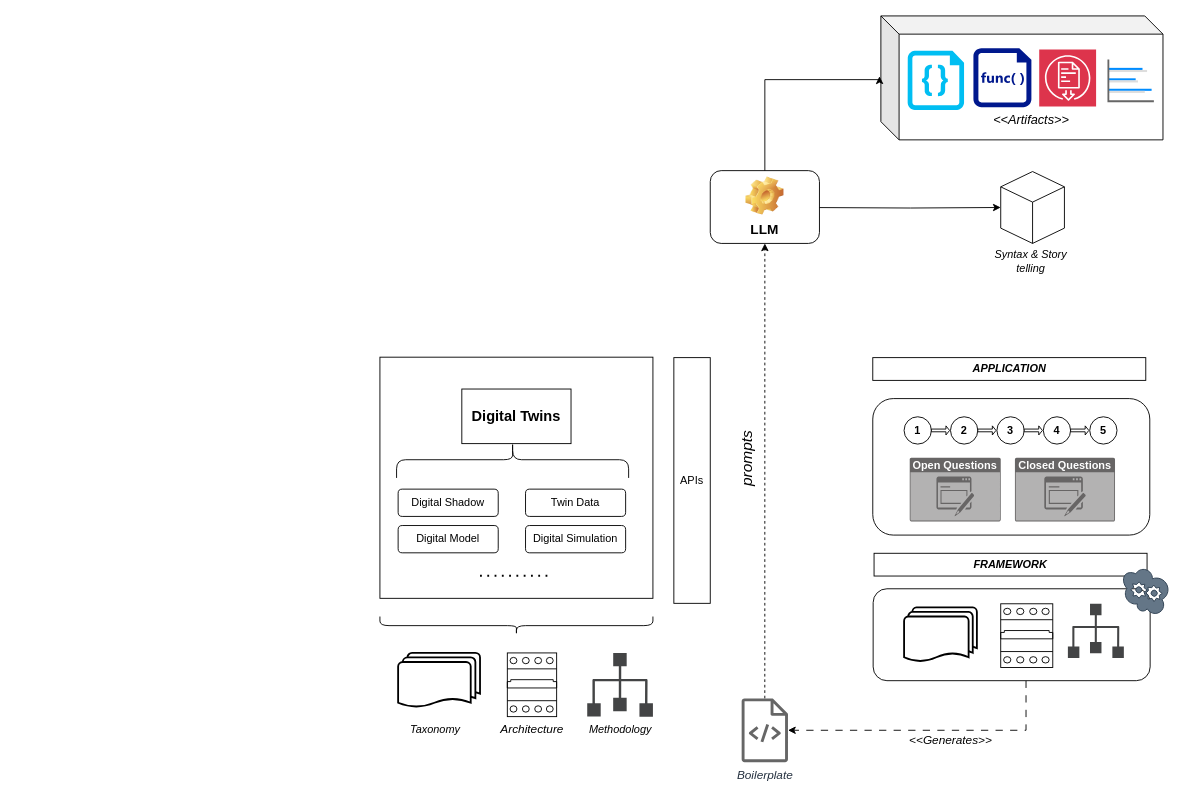
This is drawio/mams/dd-twins/DDTwins_Architecture.drawio from scrodrig/Diagrams, a draw.io file, before an edit. Source tidied: cells renumbered, new cells numbered last; positions are measured from the earlier drawing's top-left corner, leaving out a move shared by most shapes. Both pictures are drawn from the tidied source at 91%, with x=0, y=0 at pixel (379, 15).
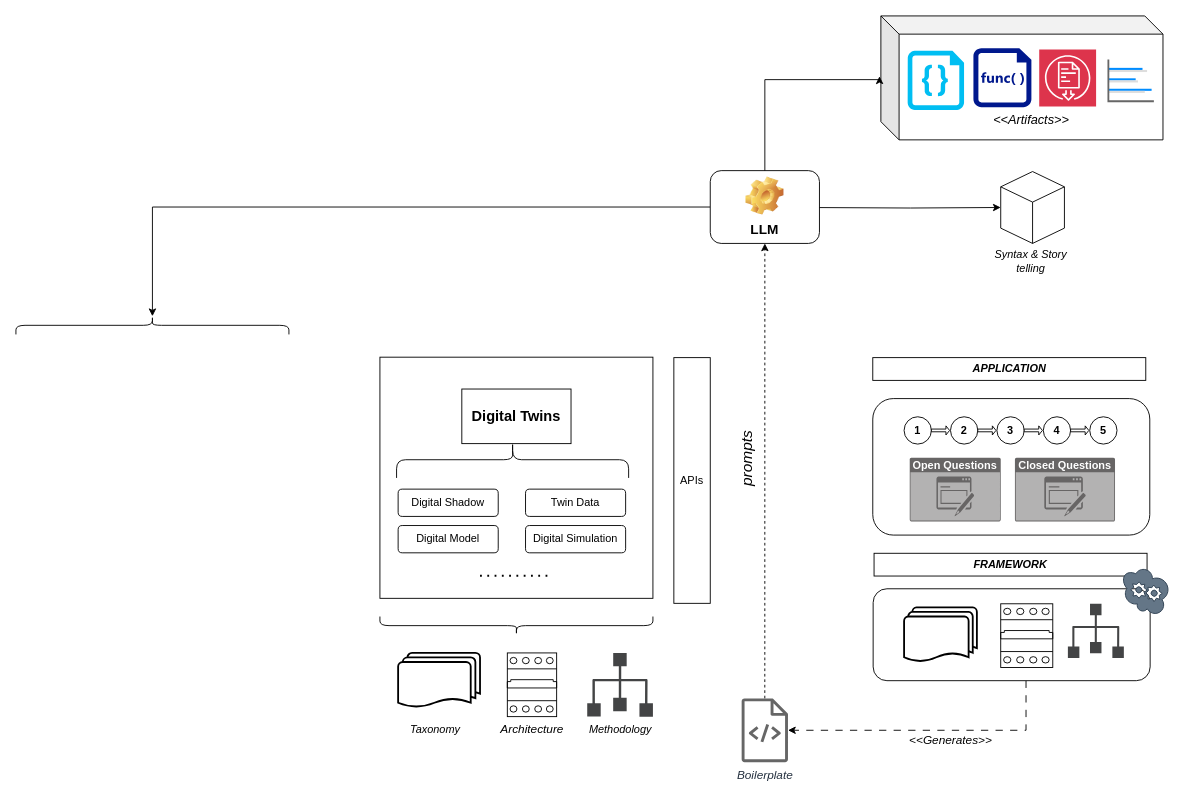
The same diagram, later.

Unchanged cells that the change refers to:
```xml
<mxCell id="15" value="&lt;font style=&quot;font-size: 15px;&quot;&gt;LLM&lt;/font&gt;" style="label;whiteSpace=wrap;html=1;align=center;verticalAlign=bottom;spacingLeft=0;spacingBottom=4;imageAlign=center;imageVerticalAlign=top;image=img/clipart/Gear_128x128.png;" parent="1" vertex="1">
  <mxGeometry x="363" y="170" width="120" height="80" as="geometry" />
</mxCell>
```

Diff of the diagram source:
```diff
@@
+    <mxCell id="53" style="edgeStyle=orthogonalEdgeStyle;rounded=0;jettySize=auto;html=1;" parent="1" edge="1" source="15" target="54">
+      <mxGeometry relative="1" as="geometry" />
+    </mxCell>
@@
+    <mxCell id="54" style="shape=curlyBracket;whiteSpace=wrap;html=1;rounded=1;flipH=1;labelPosition=right;verticalLabelPosition=middle;align=left;verticalAlign=middle;rotation=-90;size=0.5;" parent="1" vertex="1">
+      <mxGeometry x="-260" y="190" width="20" height="300" as="geometry" />
+    </mxCell>
```
